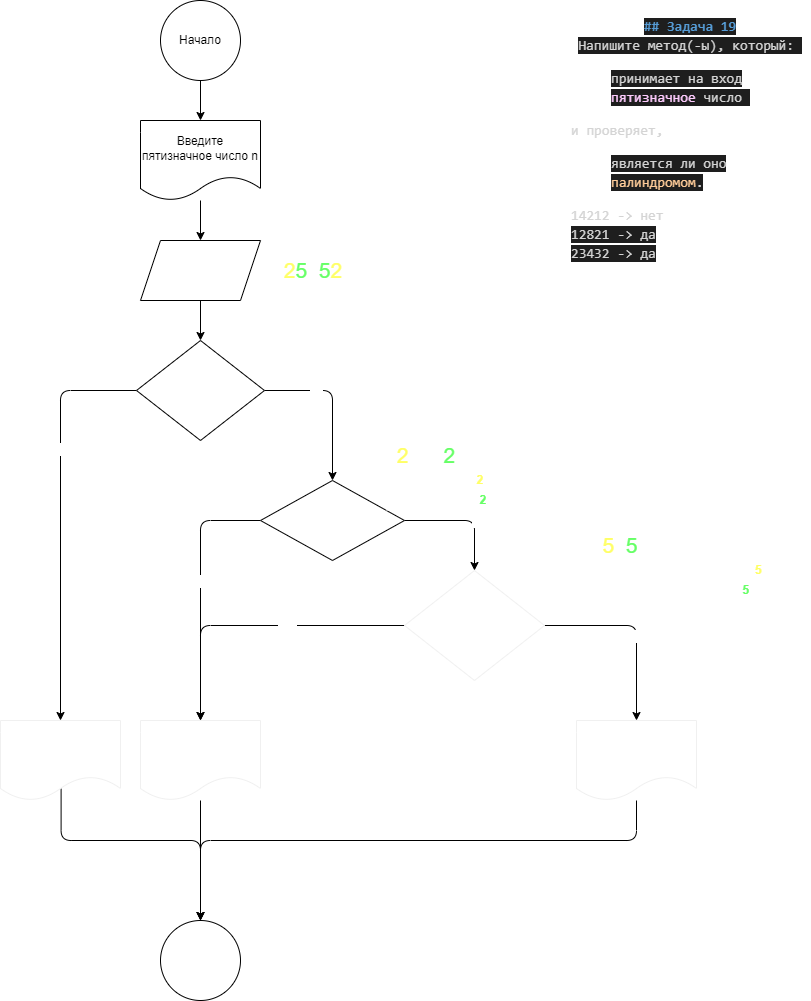
Earlier version of the draw.io export Homework/Homewotk_03/Ex019/diagramma.drawio.png (dvmax1984/Csharp25022023). Source tidied: cells renumbered, new cells last; positions are measured from the earlier drawing's top-left corner, leaving out a move shared by most shapes.
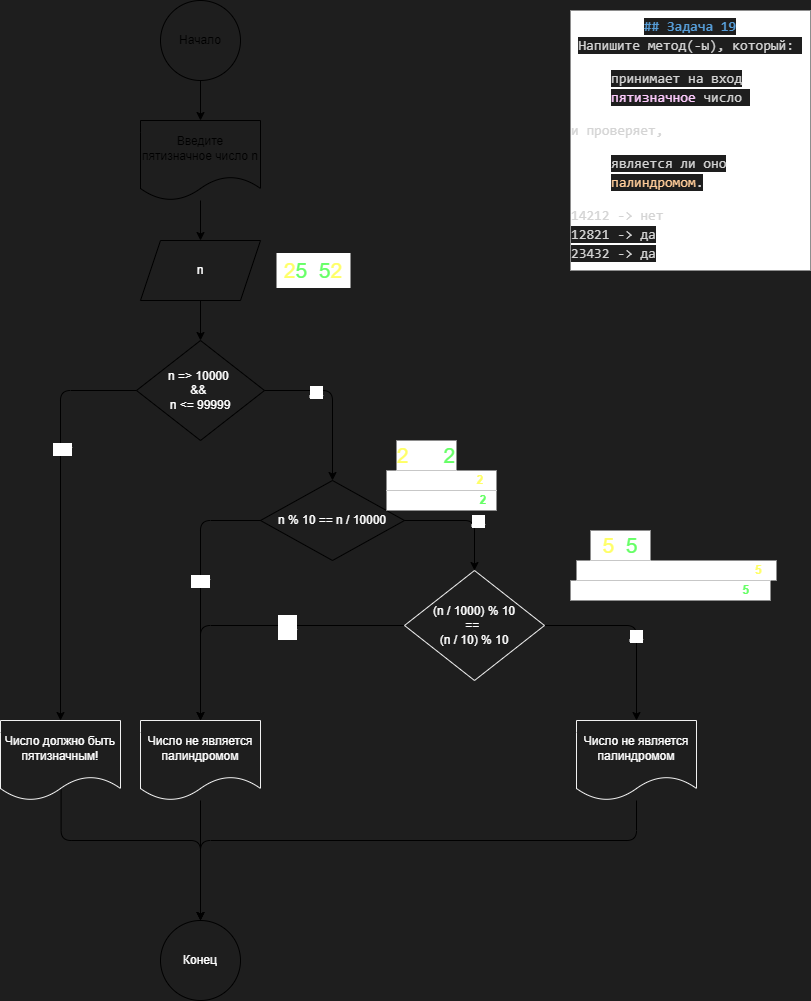
Above is the later version.

Commit message:
Обновил диграмму в задаче HW03Ex019

What changed in the source:
```diff
@@ -1,26 +1,26 @@
-<mxGraphModel>
+<mxGraphModel background="#1E1E1E">
   <root>
     <mxCell id="0" />
     <mxCell id="1" parent="0" />
-    <mxCell id="2" value="&lt;div style=&quot;line-height: 19px;&quot;&gt;&lt;div style=&quot;color: rgb(212, 212, 212); font-family: Consolas, &amp;quot;Courier New&amp;quot;, monospace; font-size: 14px;&quot;&gt;&lt;span style=&quot;color: rgb(86, 156, 214); font-weight: bold; background-color: rgb(30, 30, 30);&quot;&gt;## Задача 19&lt;/span&gt;&lt;/div&gt;&lt;div style=&quot;font-family: Consolas, &amp;quot;Courier New&amp;quot;, monospace; font-size: 14px;&quot;&gt;&lt;span style=&quot;background-color: rgb(30, 30, 30);&quot;&gt;&lt;span style=&quot;color: rgb(212, 212, 212); text-align: left;&quot;&gt;Напишите метод(-ы), который:&amp;nbsp;&lt;/span&gt;&lt;br&gt;&lt;/span&gt;&lt;ul style=&quot;&quot;&gt;&lt;li style=&quot;text-align: left;&quot;&gt;&lt;span style=&quot;background-color: rgb(30, 30, 30);&quot;&gt;&lt;font color=&quot;#d4d4d4&quot;&gt;принимает на вход &lt;/font&gt;&lt;font color=&quot;#ffccff&quot;&gt;пятизначное &lt;/font&gt;&lt;font color=&quot;#d4d4d4&quot;&gt;число&amp;nbsp;&lt;/font&gt;&lt;/span&gt;&lt;/li&gt;&lt;/ul&gt;&lt;span style=&quot;color: rgb(212, 212, 212); background-color: rgb(30, 30, 30);&quot;&gt;&lt;div style=&quot;text-align: left;&quot;&gt;и проверяет,&amp;nbsp;&lt;/div&gt;&lt;/span&gt;&lt;ul style=&quot;&quot;&gt;&lt;li style=&quot;text-align: left;&quot;&gt;&lt;span style=&quot;background-color: rgb(30, 30, 30);&quot;&gt;&lt;font color=&quot;#d4d4d4&quot;&gt;является ли оно &lt;/font&gt;&lt;font color=&quot;#ffcc99&quot;&gt;палиндромом&lt;/font&gt;&lt;font color=&quot;#d4d4d4&quot;&gt;.&lt;/font&gt;&lt;/span&gt;&lt;/li&gt;&lt;/ul&gt;&lt;span style=&quot;color: rgb(212, 212, 212); background-color: rgb(30, 30, 30);&quot;&gt;&lt;div style=&quot;text-align: left;&quot;&gt;14212 -&amp;gt; нет&lt;/div&gt;&lt;/span&gt;&lt;div style=&quot;color: rgb(212, 212, 212); text-align: left;&quot;&gt;&lt;span style=&quot;background-color: rgb(30, 30, 30);&quot;&gt;12821 -&amp;gt; да&lt;/span&gt;&lt;/div&gt;&lt;/div&gt;&lt;div style=&quot;&quot;&gt;&lt;div style=&quot;text-align: left;&quot;&gt;&lt;font style=&quot;&quot; face=&quot;Consolas, Courier New, monospace&quot; color=&quot;#d4d4d4&quot;&gt;&lt;span style=&quot;font-size: 14px; background-color: rgb(30, 30, 30);&quot;&gt;23432 -&amp;gt; да&lt;/span&gt;&lt;/font&gt;&lt;/div&gt;&lt;/div&gt;&lt;/div&gt;" style="text;strokeColor=none;align=center;fillColor=none;html=1;verticalAlign=middle;whiteSpace=wrap;rounded=0;fontColor=#ffffff;" parent="1" vertex="1">
+    <mxCell id="2" value="&lt;div style=&quot;line-height: 19px;&quot;&gt;&lt;div style=&quot;color: rgb(212, 212, 212); font-family: Consolas, &amp;quot;Courier New&amp;quot;, monospace; font-size: 14px;&quot;&gt;&lt;span style=&quot;color: rgb(86, 156, 214); font-weight: bold; background-color: rgb(30, 30, 30);&quot;&gt;## Задача 19&lt;/span&gt;&lt;/div&gt;&lt;div style=&quot;font-family: Consolas, &amp;quot;Courier New&amp;quot;, monospace; font-size: 14px;&quot;&gt;&lt;span style=&quot;background-color: rgb(30, 30, 30);&quot;&gt;&lt;span style=&quot;color: rgb(212, 212, 212); text-align: left;&quot;&gt;Напишите метод(-ы), который:&amp;nbsp;&lt;/span&gt;&lt;br&gt;&lt;/span&gt;&lt;ul style=&quot;&quot;&gt;&lt;li style=&quot;text-align: left;&quot;&gt;&lt;span style=&quot;background-color: rgb(30, 30, 30);&quot;&gt;&lt;font color=&quot;#d4d4d4&quot;&gt;принимает на вход &lt;/font&gt;&lt;font color=&quot;#ffccff&quot;&gt;пятизначное &lt;/font&gt;&lt;font color=&quot;#d4d4d4&quot;&gt;число&amp;nbsp;&lt;/font&gt;&lt;/span&gt;&lt;/li&gt;&lt;/ul&gt;&lt;span style=&quot;color: rgb(212, 212, 212); background-color: rgb(30, 30, 30);&quot;&gt;&lt;div style=&quot;text-align: left;&quot;&gt;и проверяет,&amp;nbsp;&lt;/div&gt;&lt;/span&gt;&lt;ul style=&quot;&quot;&gt;&lt;li style=&quot;text-align: left;&quot;&gt;&lt;span style=&quot;background-color: rgb(30, 30, 30);&quot;&gt;&lt;font color=&quot;#d4d4d4&quot;&gt;является ли оно &lt;/font&gt;&lt;font color=&quot;#ffcc99&quot;&gt;палиндромом&lt;/font&gt;&lt;font color=&quot;#d4d4d4&quot;&gt;.&lt;/font&gt;&lt;/span&gt;&lt;/li&gt;&lt;/ul&gt;&lt;span style=&quot;color: rgb(212, 212, 212); background-color: rgb(30, 30, 30);&quot;&gt;&lt;div style=&quot;text-align: left;&quot;&gt;14212 -&amp;gt; нет&lt;/div&gt;&lt;/span&gt;&lt;div style=&quot;color: rgb(212, 212, 212); text-align: left;&quot;&gt;&lt;span style=&quot;background-color: rgb(30, 30, 30);&quot;&gt;12821 -&amp;gt; да&lt;/span&gt;&lt;/div&gt;&lt;/div&gt;&lt;div style=&quot;&quot;&gt;&lt;div style=&quot;text-align: left;&quot;&gt;&lt;font style=&quot;&quot; face=&quot;Consolas, Courier New, monospace&quot; color=&quot;#d4d4d4&quot;&gt;&lt;span style=&quot;font-size: 14px; background-color: rgb(30, 30, 30);&quot;&gt;23432 -&amp;gt; да&lt;/span&gt;&lt;/font&gt;&lt;/div&gt;&lt;/div&gt;&lt;/div&gt;" style="text;strokeColor=none;align=center;fillColor=default;html=1;verticalAlign=middle;whiteSpace=wrap;rounded=0;fontColor=#ffffff;" parent="1" vertex="1">
       <mxGeometry x="570" y="10" width="240" height="260" as="geometry" />
     </mxCell>
     <mxCell id="3" style="edgeStyle=none;html=1;" parent="1" edge="1" source="4" target="6">
       <mxGeometry relative="1" as="geometry" />
     </mxCell>
-    <mxCell id="4" value="Начало" style="ellipse;whiteSpace=wrap;html=1;" parent="1" vertex="1">
+    <mxCell id="4" value="Начало" style="ellipse;whiteSpace=wrap;html=1;fillColor=none;" parent="1" vertex="1">
       <mxGeometry x="160" width="80" height="80" as="geometry" />
     </mxCell>
     <mxCell id="5" style="edgeStyle=none;html=1;" parent="1" edge="1" source="6" target="8">
       <mxGeometry relative="1" as="geometry" />
     </mxCell>
-    <mxCell id="6" value="Введите пятизначное число n" style="shape=document;whiteSpace=wrap;html=1;boundedLbl=1;" parent="1" vertex="1">
+    <mxCell id="6" value="Введите пятизначное число n" style="shape=document;whiteSpace=wrap;html=1;boundedLbl=1;fillColor=none;" parent="1" vertex="1">
       <mxGeometry x="140" y="120" width="120" height="80" as="geometry" />
     </mxCell>
     <mxCell id="7" style="edgeStyle=none;html=1;" parent="1" edge="1" source="8" target="13">
       <mxGeometry relative="1" as="geometry" />
     </mxCell>
-    <mxCell id="8" value="&lt;font color=&quot;#ffffff&quot;&gt;n&lt;/font&gt;" style="shape=parallelogram;perimeter=parallelogramPerimeter;whiteSpace=wrap;html=1;fixedSize=1;" parent="1" vertex="1">
+    <mxCell id="8" value="&lt;font color=&quot;#ffffff&quot;&gt;n&lt;/font&gt;" style="shape=parallelogram;perimeter=parallelogramPerimeter;whiteSpace=wrap;html=1;fixedSize=1;fillColor=none;" parent="1" vertex="1">
       <mxGeometry x="140" y="240" width="120" height="60" as="geometry" />
     </mxCell>
     <mxCell id="9" style="edgeStyle=orthogonalEdgeStyle;html=1;exitX=1;exitY=0.5;exitDx=0;exitDy=0;entryX=0.5;entryY=0;entryDx=0;entryDy=0;fontColor=#FFFF33;" parent="1" edge="1" source="13" target="21">
@@ -35,7 +35,7 @@
     <mxCell id="12" value="Нет" style="edgeLabel;html=1;align=center;verticalAlign=middle;fontColor=#FFFFFF;" parent="11" vertex="1">
       <mxGeometry x="-0.34" y="1" relative="1" as="geometry" />
     </mxCell>
-    <mxCell id="13" value="&lt;font color=&quot;#ffffff&quot;&gt;n =&amp;gt; 10000 &lt;br&gt;&amp;amp;&amp;amp; &lt;br&gt;n &amp;lt;= 99999&lt;/font&gt;" style="rhombus;whiteSpace=wrap;html=1;" parent="1" vertex="1">
+    <mxCell id="13" value="&lt;font color=&quot;#ffffff&quot;&gt;n =&amp;gt; 10000 &lt;br&gt;&amp;amp;&amp;amp; &lt;br&gt;n &amp;lt;= 99999&lt;/font&gt;" style="rhombus;whiteSpace=wrap;html=1;fillColor=none;" parent="1" vertex="1">
       <mxGeometry x="136" y="340" width="128" height="100" as="geometry" />
     </mxCell>
     <mxCell id="14" style="edgeStyle=orthogonalEdgeStyle;html=1;entryX=0.5;entryY=0;entryDx=0;entryDy=0;fontColor=#FFFF33;exitX=0.505;exitY=0.852;exitDx=0;exitDy=0;exitPerimeter=0;" parent="1" edge="1" source="15" target="16">
@@ -46,10 +46,10 @@
         </Array>
       </mxGeometry>
     </mxCell>
-    <mxCell id="15" value="&lt;font color=&quot;#ffffff&quot;&gt;Число должно быть пятизначным!&lt;/font&gt;" style="shape=document;whiteSpace=wrap;html=1;boundedLbl=1;fontColor=#FFFF33;strokeColor=#F0F0F0;" parent="1" vertex="1">
+    <mxCell id="15" value="&lt;font color=&quot;#ffffff&quot;&gt;Число должно быть пятизначным!&lt;/font&gt;" style="shape=document;whiteSpace=wrap;html=1;boundedLbl=1;fontColor=#FFFF33;strokeColor=#F0F0F0;fillColor=none;" parent="1" vertex="1">
       <mxGeometry y="720" width="120" height="80" as="geometry" />
     </mxCell>
-    <mxCell id="16" value="&lt;font color=&quot;#ffffff&quot;&gt;Конец&lt;/font&gt;" style="ellipse;whiteSpace=wrap;html=1;fontColor=#FFFF33;" parent="1" vertex="1">
+    <mxCell id="16" value="&lt;font color=&quot;#ffffff&quot;&gt;Конец&lt;/font&gt;" style="ellipse;whiteSpace=wrap;html=1;fontColor=#FFFF33;fillColor=none;" parent="1" vertex="1">
       <mxGeometry x="160" y="920" width="80" height="80" as="geometry" />
     </mxCell>
     <mxCell id="17" style="edgeStyle=orthogonalEdgeStyle;html=1;exitX=1;exitY=0.5;exitDx=0;exitDy=0;entryX=0.5;entryY=0;entryDx=0;entryDy=0;fontColor=#66FF66;" parent="1" edge="1" source="21" target="29">
@@ -64,7 +64,7 @@
     <mxCell id="20" value="Нет" style="edgeLabel;html=1;align=center;verticalAlign=middle;fontColor=#FFFFFF;" parent="19" vertex="1">
       <mxGeometry x="-0.08" y="-1" relative="1" as="geometry" />
     </mxCell>
-    <mxCell id="21" value="&lt;font color=&quot;#ffffff&quot;&gt;n % 10&amp;nbsp;==&amp;nbsp;n / 10000&lt;/font&gt;" style="rhombus;whiteSpace=wrap;html=1;fontColor=#FFFF33;" parent="1" vertex="1">
+    <mxCell id="21" value="&lt;font color=&quot;#ffffff&quot;&gt;n % 10&amp;nbsp;==&amp;nbsp;n / 10000&lt;/font&gt;" style="rhombus;whiteSpace=wrap;html=1;fontColor=#FFFF33;fillColor=none;" parent="1" vertex="1">
       <mxGeometry x="260" y="480" width="144" height="80" as="geometry" />
     </mxCell>
     <mxCell id="22" value="&lt;font style=&quot;font-size: 21px;&quot;&gt;&lt;font style=&quot;font-size: 21px;&quot; color=&quot;#ffff66&quot;&gt;2&lt;/font&gt;&lt;font style=&quot;font-size: 21px;&quot; color=&quot;#66ff66&quot;&gt;5&lt;/font&gt;&lt;font style=&quot;font-size: 21px;&quot; color=&quot;#ffffff&quot;&gt;1&lt;/font&gt;&lt;font style=&quot;font-size: 21px;&quot; color=&quot;#66ff66&quot;&gt;5&lt;/font&gt;&lt;font style=&quot;font-size: 21px;&quot; color=&quot;#ffff66&quot;&gt;2&lt;/font&gt;&lt;/font&gt;" style="text;strokeColor=none;align=center;fillColor=default;html=1;verticalAlign=middle;whiteSpace=wrap;rounded=0;fontColor=#FFFF33;" parent="1" vertex="1">
@@ -92,13 +92,13 @@
     <mxCell id="28" value="Да" style="edgeLabel;html=1;align=center;verticalAlign=middle;fontSize=11;fontColor=#FFFFFF;" parent="27" vertex="1">
       <mxGeometry x="0.09" y="-1" relative="1" as="geometry" />
     </mxCell>
-    <mxCell id="29" value="&lt;font color=&quot;#ffffff&quot;&gt;(n / 1000) % 10&lt;br&gt;== &lt;br&gt;(n / 10) % 10&lt;/font&gt;" style="rhombus;whiteSpace=wrap;html=1;strokeColor=#F0F0F0;fontColor=#66FF66;" parent="1" vertex="1">
+    <mxCell id="29" value="&lt;font color=&quot;#ffffff&quot;&gt;(n / 1000) % 10&lt;br&gt;== &lt;br&gt;(n / 10) % 10&lt;/font&gt;" style="rhombus;whiteSpace=wrap;html=1;strokeColor=#F0F0F0;fontColor=#66FF66;fillColor=none;" parent="1" vertex="1">
       <mxGeometry x="404" y="570" width="140" height="110" as="geometry" />
     </mxCell>
     <mxCell id="30" style="edgeStyle=orthogonalEdgeStyle;html=1;entryX=0.5;entryY=0;entryDx=0;entryDy=0;fontColor=#FFFF66;" parent="1" edge="1" source="31" target="16">
       <mxGeometry relative="1" as="geometry" />
     </mxCell>
-    <mxCell id="31" value="&lt;font color=&quot;#ffffff&quot;&gt;Число не является палиндромом&lt;/font&gt;" style="shape=document;whiteSpace=wrap;html=1;boundedLbl=1;strokeColor=#F0F0F0;fontColor=#FFFF66;" parent="1" vertex="1">
+    <mxCell id="31" value="&lt;font color=&quot;#ffffff&quot;&gt;Число не является палиндромом&lt;/font&gt;" style="shape=document;whiteSpace=wrap;html=1;boundedLbl=1;strokeColor=#F0F0F0;fontColor=#FFFF66;fillColor=none;" parent="1" vertex="1">
       <mxGeometry x="140" y="720" width="120" height="80" as="geometry" />
     </mxCell>
     <mxCell id="32" value="25152 / 1000 = 25.152 % 10 = &lt;font color=&quot;#ffff66&quot;&gt;&lt;b&gt;5&lt;/b&gt;&lt;/font&gt;" style="text;strokeColor=none;align=center;fillColor=default;html=1;verticalAlign=middle;whiteSpace=wrap;rounded=0;fontColor=#FFFFFF;" parent="1" vertex="1">
@@ -121,7 +121,7 @@
         </Array>
       </mxGeometry>
     </mxCell>
-    <mxCell id="37" value="&lt;font color=&quot;#ffffff&quot;&gt;Число не является палиндромом&lt;/font&gt;" style="shape=document;whiteSpace=wrap;html=1;boundedLbl=1;strokeColor=#F0F0F0;fontColor=#FFFF66;" parent="1" vertex="1">
+    <mxCell id="37" value="&lt;font color=&quot;#ffffff&quot;&gt;Число не является палиндромом&lt;/font&gt;" style="shape=document;whiteSpace=wrap;html=1;boundedLbl=1;strokeColor=#F0F0F0;fontColor=#FFFF66;fillColor=none;" parent="1" vertex="1">
       <mxGeometry x="576" y="720" width="120" height="80" as="geometry" />
     </mxCell>
   </root>
```
